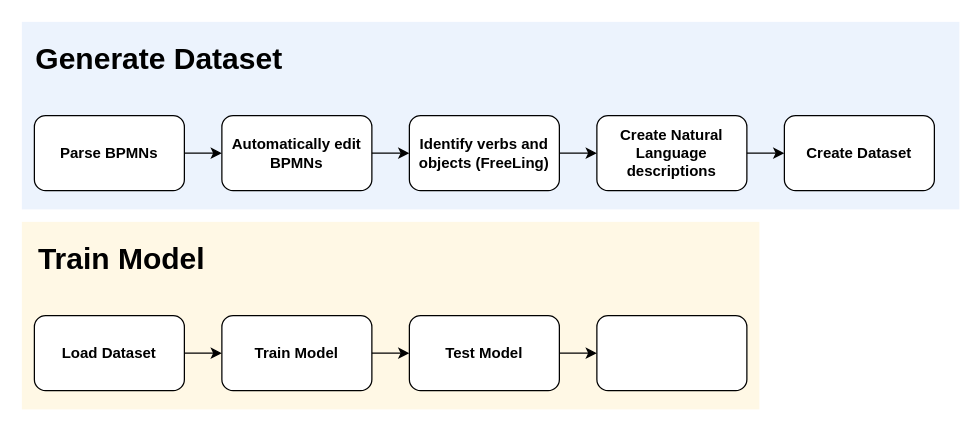
Earlier version of the draw.io diagram docs/diagrams/tfg_diagram.drawio (guillempla/bpmn-to-text). Source tidied: cells renumbered, new cells numbered last; positions are measured from the earlier drawing's top-left corner, leaving out a move shared by most shapes. Both pictures are drawn from the tidied source at 125%, with x=0, y=0 at pixel (21, 21).
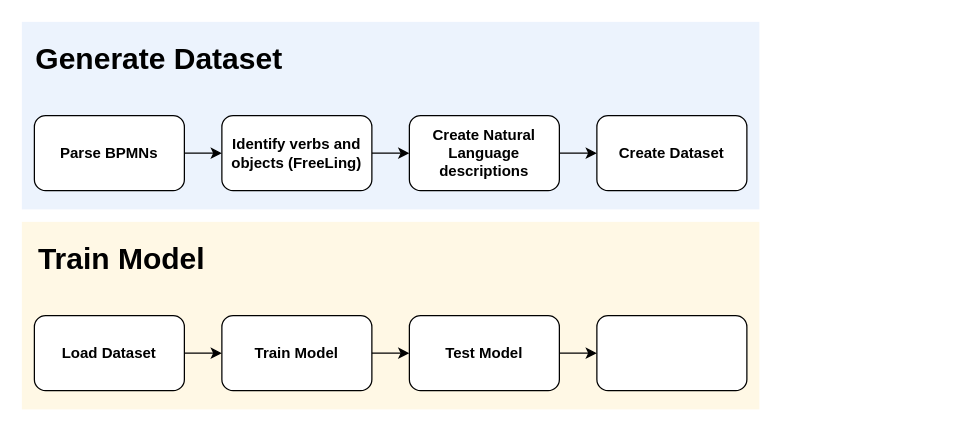
Above is the later version.

Commit message:
Improved diagram

Unchanged cells that the change refers to:
```xml
<mxCell id="3" value="&lt;div&gt;&lt;span&gt;Parse BPMN&lt;/span&gt;s&lt;br&gt;&lt;/div&gt;" style="rounded=1;whiteSpace=wrap;html=1;fontStyle=1;" parent="1" vertex="1">
  <mxGeometry x="10" y="75" width="120" height="60" as="geometry" />
</mxCell>
```

Diff of the diagram source:
```diff
@@
     <mxCell id="2" style="rounded=0;whiteSpace=wrap;html=1;fillColor=#dae8fc;strokeColor=none;opacity=50;" parent="1" vertex="1">
-      <mxGeometry width="750" height="150" as="geometry" />
+      <mxGeometry width="590" height="150" as="geometry" />
     </mxCell>
@@
-    <mxCell id="4" value="&lt;b&gt;&lt;b&gt;Automatically edit BPMNs&lt;/b&gt;&lt;br&gt;&lt;/b&gt;" style="rounded=1;whiteSpace=wrap;html=1;" parent="1" vertex="1">
-      <mxGeometry x="160" y="75" width="120" height="60" as="geometry" />
-    </mxCell>
-    <mxCell id="5" style="endArrow=classic;html=1;entryX=0;entryY=0.5;entryDx=0;entryDy=0;exitX=1;exitY=0.5;exitDx=0;exitDy=0;" parent="1" edge="1" source="3" target="4">
-      <mxGeometry relative="1" as="geometry" />
-    </mxCell>
+    <mxCell id="9" style="edgeStyle=orthogonalEdgeStyle;rounded=0;jettySize=auto;html=1;" parent="1" edge="1" source="6" target="8">
+      <mxGeometry relative="1" as="geometry" />
+    </mxCell>
     <mxCell id="6" value="&lt;b&gt;Identify verbs and objects (FreeLing)&lt;/b&gt;" style="rounded=1;whiteSpace=wrap;html=1;" parent="1" vertex="1">
-      <mxGeometry x="310" y="75" width="120" height="60" as="geometry" />
+      <mxGeometry x="160" y="75" width="120" height="60" as="geometry" />
     </mxCell>
-    <mxCell id="7" style="endArrow=classic;html=1;entryX=0;entryY=0.5;entryDx=0;entryDy=0;exitX=1;exitY=0.5;exitDx=0;exitDy=0;" parent="1" edge="1" source="4" target="6">
+    <mxCell id="7" style="endArrow=classic;html=1;entryX=0;entryY=0.5;entryDx=0;entryDy=0;" parent="1" edge="1" source="3" target="6">
       <mxGeometry relative="1" as="geometry" />
     </mxCell>
+    <mxCell id="22" style="edgeStyle=orthogonalEdgeStyle;rounded=0;jettySize=auto;html=1;" parent="1" edge="1" source="8" target="20">
+      <mxGeometry relative="1" as="geometry" />
+    </mxCell>
     <mxCell id="8" value="&lt;b&gt;Create Natural Language descriptions&lt;br&gt;&lt;/b&gt;" style="rounded=1;whiteSpace=wrap;html=1;" parent="1" vertex="1">
-      <mxGeometry x="460" y="75" width="120" height="60" as="geometry" />
+      <mxGeometry x="310" y="75" width="120" height="60" as="geometry" />
     </mxCell>
-    <mxCell id="9" style="endArrow=classic;html=1;exitX=1;exitY=0.5;exitDx=0;exitDy=0;entryX=0;entryY=0.5;entryDx=0;entryDy=0;" parent="1" edge="1" source="6" target="8">
-      <mxGeometry relative="1" as="geometry" />
-    </mxCell>
@@
     <mxCell id="20" value="&lt;b&gt;Create Dataset&lt;br&gt;&lt;/b&gt;" style="rounded=1;whiteSpace=wrap;html=1;" parent="1" vertex="1">
-      <mxGeometry x="610" y="75" width="120" height="60" as="geometry" />
+      <mxGeometry x="460" y="75" width="120" height="60" as="geometry" />
     </mxCell>
-    <mxCell id="21" style="endArrow=classic;html=1;exitX=1;exitY=0.5;exitDx=0;exitDy=0;entryX=0;entryY=0.5;entryDx=0;entryDy=0;" parent="1" edge="1" target="20">
-      <mxGeometry relative="1" as="geometry">
-        <mxPoint x="580" y="105" as="sourcePoint" />
-      </mxGeometry>
-    </mxCell>
```
